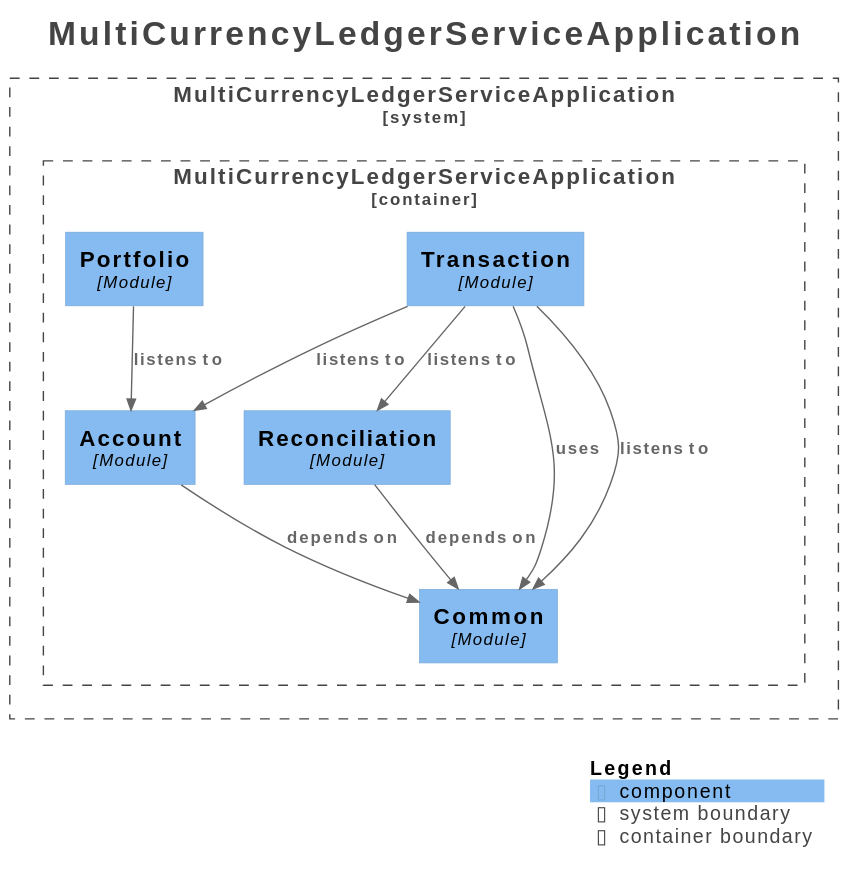
Above: docs/architecture/modulith/components.svg in RaonJena99/multi-currency-ledger-service (PlantUML), before the change.
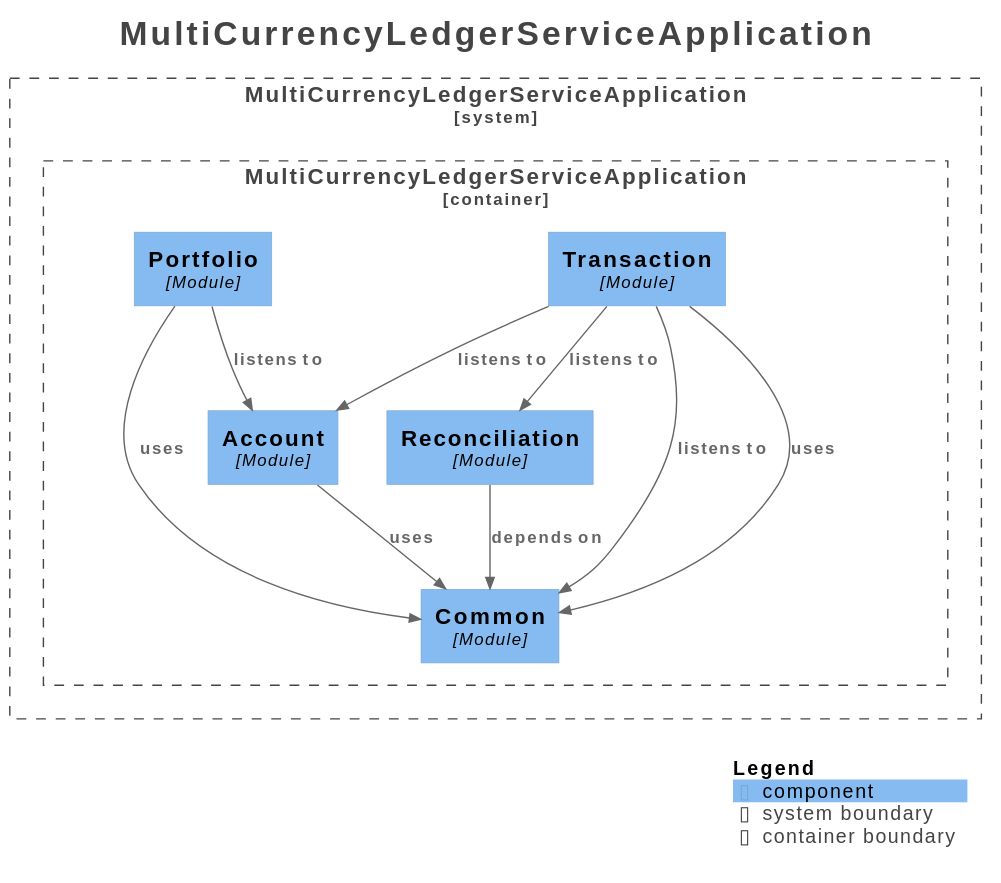
Above is the later version.

What changed in the source:
```diff
@@ -26,13 +26,14 @@
 
 }
 
+Rel(MultiCurrencyLedgerServiceApplication.MultiCurrencyLedgerServiceApplication.Reconciliation, MultiCurrencyLedgerServiceApplication.MultiCurrencyLedgerServiceApplication.Common, "depends on", $techn="", $tags="", $link="")
+Rel(MultiCurrencyLedgerServiceApplication.MultiCurrencyLedgerServiceApplication.Portfolio, MultiCurrencyLedgerServiceApplication.MultiCurrencyLedgerServiceApplication.Account, "listens to", $techn="", $tags="", $link="")
+Rel(MultiCurrencyLedgerServiceApplication.MultiCurrencyLedgerServiceApplication.Portfolio, MultiCurrencyLedgerServiceApplication.MultiCurrencyLedgerServiceApplication.Common, "uses", $techn="", $tags="", $link="")
+Rel(MultiCurrencyLedgerServiceApplication.MultiCurrencyLedgerServiceApplication.Transaction, MultiCurrencyLedgerServiceApplication.MultiCurrencyLedgerServiceApplication.Account, "listens to", $techn="", $tags="", $link="")
+Rel(MultiCurrencyLedgerServiceApplication.MultiCurrencyLedgerServiceApplication.Transaction, MultiCurrencyLedgerServiceApplication.MultiCurrencyLedgerServiceApplication.Common, "listens to", $techn="", $tags="", $link="")
 Rel(MultiCurrencyLedgerServiceApplication.MultiCurrencyLedgerServiceApplication.Transaction, MultiCurrencyLedgerServiceApplication.MultiCurrencyLedgerServiceApplication.Reconciliation, "listens to", $techn="", $tags="", $link="")
 Rel(MultiCurrencyLedgerServiceApplication.MultiCurrencyLedgerServiceApplication.Transaction, MultiCurrencyLedgerServiceApplication.MultiCurrencyLedgerServiceApplication.Common, "uses", $techn="", $tags="", $link="")
-Rel(MultiCurrencyLedgerServiceApplication.MultiCurrencyLedgerServiceApplication.Account, MultiCurrencyLedgerServiceApplication.MultiCurrencyLedgerServiceApplication.Common, "depends on", $techn="", $tags="", $link="")
-Rel(MultiCurrencyLedgerServiceApplication.MultiCurrencyLedgerServiceApplication.Portfolio, MultiCurrencyLedgerServiceApplication.MultiCurrencyLedgerServiceApplication.Account, "listens to", $techn="", $tags="", $link="")
-Rel(MultiCurrencyLedgerServiceApplication.MultiCurrencyLedgerServiceApplication.Reconciliation, MultiCurrencyLedgerServiceApplication.MultiCurrencyLedgerServiceApplication.Common, "depends on", $techn="", $tags="", $link="")
-Rel(MultiCurrencyLedgerServiceApplication.MultiCurrencyLedgerServiceApplication.Transaction, MultiCurrencyLedgerServiceApplication.MultiCurrencyLedgerServiceApplication.Common, "listens to", $techn="", $tags="", $link="")
-Rel(MultiCurrencyLedgerServiceApplication.MultiCurrencyLedgerServiceApplication.Transaction, MultiCurrencyLedgerServiceApplication.MultiCurrencyLedgerServiceApplication.Account, "listens to", $techn="", $tags="", $link="")
+Rel(MultiCurrencyLedgerServiceApplication.MultiCurrencyLedgerServiceApplication.Account, MultiCurrencyLedgerServiceApplication.MultiCurrencyLedgerServiceApplication.Common, "uses", $techn="", $tags="", $link="")
 
 SHOW_LEGEND(true)
 hide stereotypes
```
